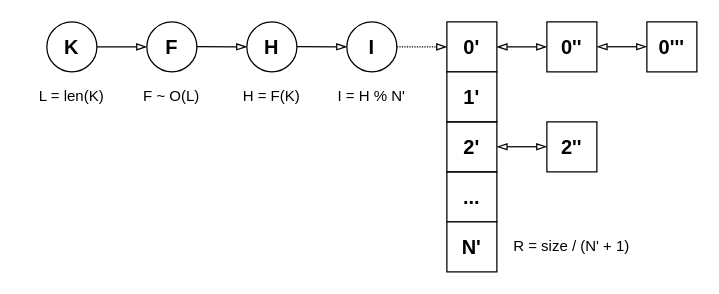
Above: projects/examples/source/10.42.drawio in i-s-m-mipt/Education (draw.io), before the change. Source tidied: cells renumbered, new cells numbered last; positions are measured from the earlier drawing's top-left corner, leaving out a move shared by most shapes. Both pictures are drawn from the tidied source at 125%, with x=0, y=0 at pixel (21, 21).
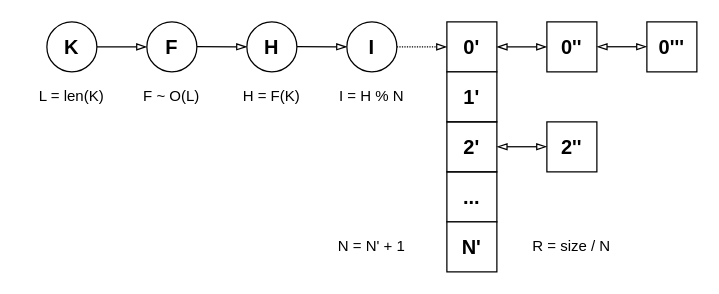
The same page after the edit.

Commit message (it also covers changes not shown here):
Доработан пример 10.42.

Change to the diagram source:
```diff
@@
-    <mxCell id="20" value="&lt;span style=&quot;text-align: right;&quot;&gt;R = size / (N' + 1)&lt;/span&gt;" style="text;html=1;align=center;verticalAlign=middle;whiteSpace=wrap;rounded=0;" parent="1" vertex="1">
-      <mxGeometry x="380" y="160" width="120" height="40" as="geometry" />
+    <mxCell id="20" value="&lt;span style=&quot;text-align: right; background-color: transparent; color: light-dark(rgb(0, 0, 0), rgb(255, 255, 255));&quot;&gt;R = size / N&lt;/span&gt;" style="text;html=1;align=center;verticalAlign=middle;whiteSpace=wrap;rounded=0;" parent="1" vertex="1">
+      <mxGeometry x="400" y="160" width="80" height="40" as="geometry" />
     </mxCell>
-    <mxCell id="21" value="&lt;span style=&quot;text-align: right;&quot;&gt;I = H % N'&lt;/span&gt;" style="text;html=1;align=center;verticalAlign=middle;whiteSpace=wrap;rounded=0;" parent="1" vertex="1">
+    <mxCell id="21" value="&lt;span style=&quot;text-align: right;&quot;&gt;I = H % N&lt;/span&gt;" style="text;html=1;align=center;verticalAlign=middle;whiteSpace=wrap;rounded=0;" parent="1" vertex="1">
       <mxGeometry x="240" y="40" width="80" height="40" as="geometry" />
     </mxCell>
@@
+    <mxCell id="28" value="&lt;span style=&quot;text-align: right;&quot;&gt;N = N' + 1&lt;/span&gt;" style="text;html=1;align=center;verticalAlign=middle;whiteSpace=wrap;rounded=0;" parent="1" vertex="1">
+      <mxGeometry x="240" y="160" width="80" height="40" as="geometry" />
+    </mxCell>
```
